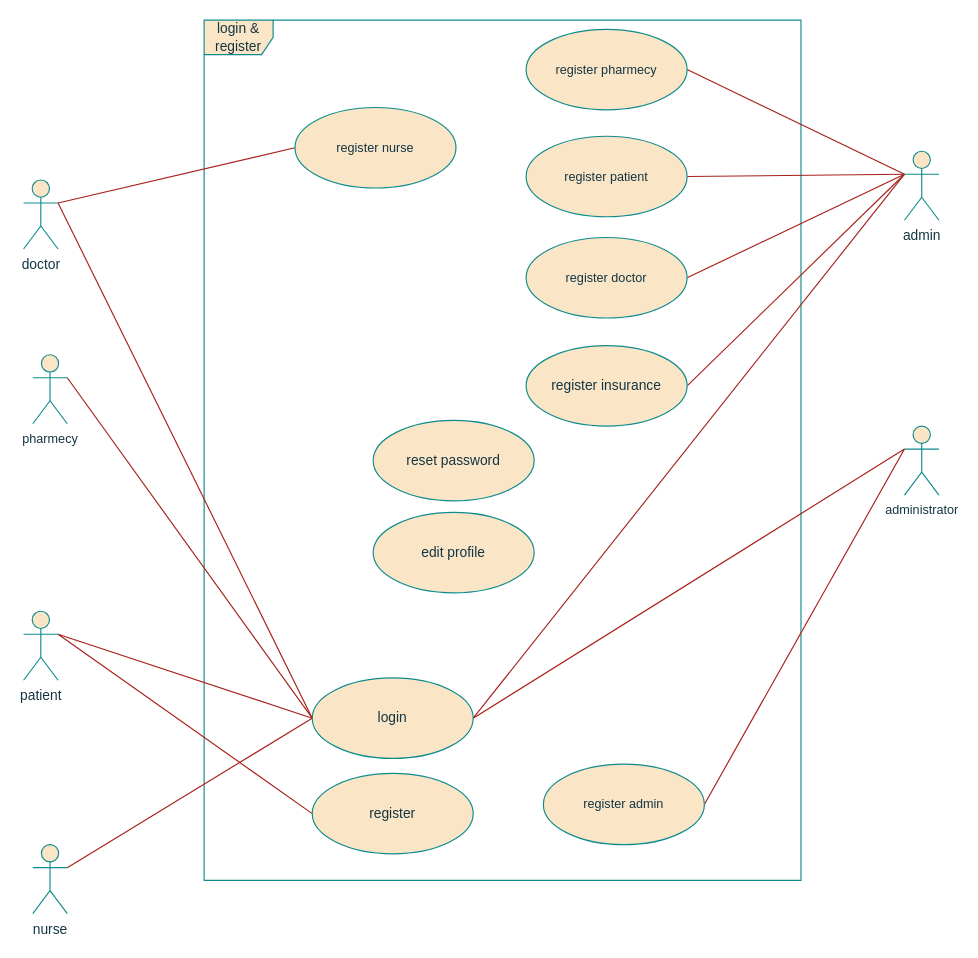
SalehAskari/telemedicine keeps this draw.io diagram as USECASE/login_register.drawio. Above is the earlier version. Source tidied: cells renumbered, new cells numbered last; positions are measured from the earlier drawing's top-left corner, leaving out a move shared by most shapes. Both pictures are drawn from the tidied source at 115%, with x=0, y=0 at pixel (23, 20).
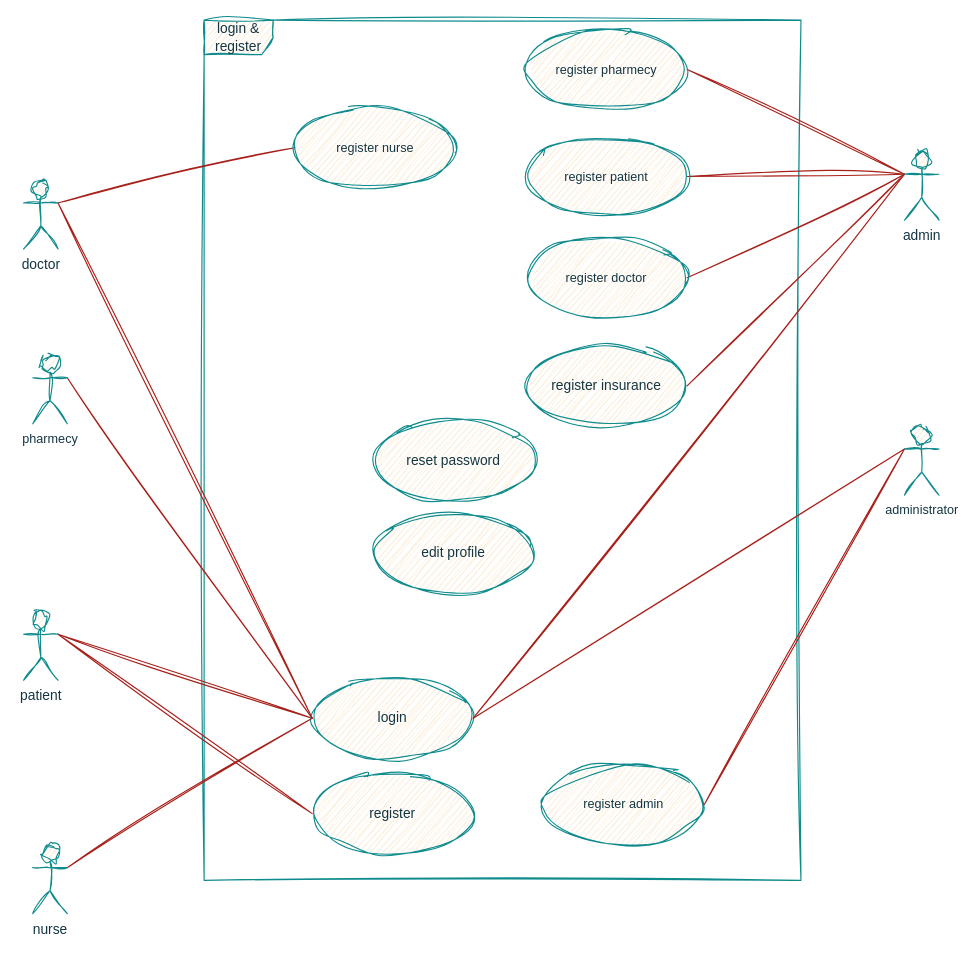
The same page after the edit.

Change to the diagram source:
```diff
@@
-    <mxCell id="2" value="login &amp;amp; register" style="shape=umlFrame;whiteSpace=wrap;html=1;labelBackgroundColor=none;fillColor=#FAE5C7;strokeColor=#0F8B8D;fontColor=#143642;" parent="1" vertex="1">
+    <mxCell id="2" value="login &amp;amp; register" style="shape=umlFrame;whiteSpace=wrap;html=1;labelBackgroundColor=none;fillColor=#FAE5C7;strokeColor=#0F8B8D;fontColor=#143642;sketch=1;curveFitting=1;jiggle=2;" parent="1" vertex="1">
       <mxGeometry x="157" width="519" height="748" as="geometry" />
     </mxCell>
-    <mxCell id="3" style="shape=connector;rounded=0;jettySize=auto;html=1;exitX=1;exitY=0.3333333333333333;exitDx=0;exitDy=0;exitPerimeter=0;entryX=0;entryY=0.5;entryDx=0;entryDy=0;strokeColor=#A8201A;align=center;verticalAlign=middle;fontFamily=Helvetica;fontSize=11;fontColor=default;labelBackgroundColor=none;endArrow=none;startFill=0;" parent="1" edge="1" source="5" target="15">
+    <mxCell id="3" style="shape=connector;rounded=0;jettySize=auto;html=1;exitX=1;exitY=0.3333333333333333;exitDx=0;exitDy=0;exitPerimeter=0;entryX=0;entryY=0.5;entryDx=0;entryDy=0;strokeColor=#A8201A;align=center;verticalAlign=middle;fontFamily=Helvetica;fontSize=11;fontColor=default;labelBackgroundColor=none;endArrow=none;startFill=0;sketch=1;curveFitting=1;jiggle=2;" parent="1" edge="1" source="5" target="15">
       <mxGeometry relative="1" as="geometry" />
     </mxCell>
-    <mxCell id="4" style="shape=connector;rounded=0;jettySize=auto;html=1;exitX=1;exitY=0.3333333333333333;exitDx=0;exitDy=0;exitPerimeter=0;entryX=0;entryY=0.5;entryDx=0;entryDy=0;strokeColor=#A8201A;align=center;verticalAlign=middle;fontFamily=Helvetica;fontSize=11;fontColor=default;labelBackgroundColor=none;endArrow=none;startFill=0;" parent="1" edge="1" source="5" target="16">
+    <mxCell id="4" style="shape=connector;rounded=0;jettySize=auto;html=1;exitX=1;exitY=0.3333333333333333;exitDx=0;exitDy=0;exitPerimeter=0;entryX=0;entryY=0.5;entryDx=0;entryDy=0;strokeColor=#A8201A;align=center;verticalAlign=middle;fontFamily=Helvetica;fontSize=11;fontColor=default;labelBackgroundColor=none;endArrow=none;startFill=0;sketch=1;curveFitting=1;jiggle=2;" parent="1" edge="1" source="5" target="16">
       <mxGeometry relative="1" as="geometry" />
     </mxCell>
-    <mxCell id="5" value="patient" style="shape=umlActor;verticalLabelPosition=bottom;verticalAlign=top;html=1;labelBackgroundColor=none;fillColor=#FAE5C7;strokeColor=#0F8B8D;fontColor=#143642;" parent="1" vertex="1">
+    <mxCell id="5" value="patient" style="shape=umlActor;verticalLabelPosition=bottom;verticalAlign=top;html=1;labelBackgroundColor=none;fillColor=#FAE5C7;strokeColor=#0F8B8D;fontColor=#143642;sketch=1;curveFitting=1;jiggle=2;" parent="1" vertex="1">
       <mxGeometry y="514" width="30" height="60" as="geometry" />
     </mxCell>
-    <mxCell id="6" style="shape=connector;rounded=0;jettySize=auto;html=1;exitX=1;exitY=0.3333333333333333;exitDx=0;exitDy=0;exitPerimeter=0;entryX=0;entryY=0.5;entryDx=0;entryDy=0;strokeColor=#A8201A;align=center;verticalAlign=middle;fontFamily=Helvetica;fontSize=11;fontColor=default;labelBackgroundColor=none;endArrow=none;startFill=0;" parent="1" edge="1" source="8" target="15">
+    <mxCell id="6" style="shape=connector;rounded=0;jettySize=auto;html=1;exitX=1;exitY=0.3333333333333333;exitDx=0;exitDy=0;exitPerimeter=0;entryX=0;entryY=0.5;entryDx=0;entryDy=0;strokeColor=#A8201A;align=center;verticalAlign=middle;fontFamily=Helvetica;fontSize=11;fontColor=default;labelBackgroundColor=none;endArrow=none;startFill=0;sketch=1;curveFitting=1;jiggle=2;" parent="1" edge="1" source="8" target="15">
       <mxGeometry relative="1" as="geometry" />
     </mxCell>
-    <mxCell id="7" style="edgeStyle=none;shape=connector;rounded=0;jettySize=auto;html=1;exitX=1;exitY=0.3333333333333333;exitDx=0;exitDy=0;exitPerimeter=0;entryX=0;entryY=0.5;entryDx=0;entryDy=0;strokeColor=#A8201A;align=center;verticalAlign=middle;fontFamily=Helvetica;fontSize=11;fontColor=default;labelBackgroundColor=none;startFill=0;endArrow=none;" parent="1" edge="1" source="8" target="25">
+    <mxCell id="7" style="edgeStyle=none;shape=connector;rounded=0;jettySize=auto;html=1;exitX=1;exitY=0.3333333333333333;exitDx=0;exitDy=0;exitPerimeter=0;entryX=0;entryY=0.5;entryDx=0;entryDy=0;strokeColor=#A8201A;align=center;verticalAlign=middle;fontFamily=Helvetica;fontSize=11;fontColor=default;labelBackgroundColor=none;startFill=0;endArrow=none;sketch=1;curveFitting=1;jiggle=2;" parent="1" edge="1" source="8" target="25">
       <mxGeometry relative="1" as="geometry" />
     </mxCell>
-    <mxCell id="8" value="doctor" style="shape=umlActor;verticalLabelPosition=bottom;verticalAlign=top;html=1;labelBackgroundColor=none;fillColor=#FAE5C7;strokeColor=#0F8B8D;fontColor=#143642;" parent="1" vertex="1">
+    <mxCell id="8" value="doctor" style="shape=umlActor;verticalLabelPosition=bottom;verticalAlign=top;html=1;labelBackgroundColor=none;fillColor=#FAE5C7;strokeColor=#0F8B8D;fontColor=#143642;sketch=1;curveFitting=1;jiggle=2;" parent="1" vertex="1">
       <mxGeometry y="139" width="30" height="60" as="geometry" />
     </mxCell>
-    <mxCell id="9" style="shape=connector;rounded=0;jettySize=auto;html=1;exitX=0;exitY=0.3333333333333333;exitDx=0;exitDy=0;exitPerimeter=0;entryX=1;entryY=0.5;entryDx=0;entryDy=0;strokeColor=#A8201A;align=center;verticalAlign=middle;fontFamily=Helvetica;fontSize=11;fontColor=default;labelBackgroundColor=none;startFill=0;endArrow=none;" parent="1" edge="1" source="14" target="15">
+    <mxCell id="9" style="shape=connector;rounded=0;jettySize=auto;html=1;exitX=0;exitY=0.3333333333333333;exitDx=0;exitDy=0;exitPerimeter=0;entryX=1;entryY=0.5;entryDx=0;entryDy=0;strokeColor=#A8201A;align=center;verticalAlign=middle;fontFamily=Helvetica;fontSize=11;fontColor=default;labelBackgroundColor=none;startFill=0;endArrow=none;sketch=1;curveFitting=1;jiggle=2;" parent="1" edge="1" source="14" target="15">
       <mxGeometry relative="1" as="geometry" />
     </mxCell>
-    <mxCell id="10" style="edgeStyle=none;shape=connector;rounded=0;jettySize=auto;html=1;exitX=0;exitY=0.3333333333333333;exitDx=0;exitDy=0;exitPerimeter=0;entryX=1;entryY=0.5;entryDx=0;entryDy=0;strokeColor=#A8201A;align=center;verticalAlign=middle;fontFamily=Helvetica;fontSize=11;fontColor=default;labelBackgroundColor=none;startFill=0;endArrow=none;" parent="1" edge="1" source="14" target="22">
+    <mxCell id="10" style="edgeStyle=none;shape=connector;rounded=0;jettySize=auto;html=1;exitX=0;exitY=0.3333333333333333;exitDx=0;exitDy=0;exitPerimeter=0;entryX=1;entryY=0.5;entryDx=0;entryDy=0;strokeColor=#A8201A;align=center;verticalAlign=middle;fontFamily=Helvetica;fontSize=11;fontColor=default;labelBackgroundColor=none;startFill=0;endArrow=none;sketch=1;curveFitting=1;jiggle=2;" parent="1" edge="1" source="14" target="22">
       <mxGeometry relative="1" as="geometry" />
     </mxCell>
-    <mxCell id="11" style="edgeStyle=none;shape=connector;rounded=0;jettySize=auto;html=1;exitX=0;exitY=0.3333333333333333;exitDx=0;exitDy=0;exitPerimeter=0;entryX=1;entryY=0.5;entryDx=0;entryDy=0;strokeColor=#A8201A;align=center;verticalAlign=middle;fontFamily=Helvetica;fontSize=11;fontColor=default;labelBackgroundColor=none;startFill=0;endArrow=none;" parent="1" edge="1" source="14" target="21">
+    <mxCell id="11" style="edgeStyle=none;shape=connector;rounded=0;jettySize=auto;html=1;exitX=0;exitY=0.3333333333333333;exitDx=0;exitDy=0;exitPerimeter=0;entryX=1;entryY=0.5;entryDx=0;entryDy=0;strokeColor=#A8201A;align=center;verticalAlign=middle;fontFamily=Helvetica;fontSize=11;fontColor=default;labelBackgroundColor=none;startFill=0;endArrow=none;sketch=1;curveFitting=1;jiggle=2;" parent="1" edge="1" source="14" target="21">
       <mxGeometry relative="1" as="geometry" />
     </mxCell>
-    <mxCell id="12" style="edgeStyle=none;shape=connector;rounded=0;jettySize=auto;html=1;exitX=0;exitY=0.3333333333333333;exitDx=0;exitDy=0;exitPerimeter=0;entryX=1;entryY=0.5;entryDx=0;entryDy=0;strokeColor=#A8201A;align=center;verticalAlign=middle;fontFamily=Helvetica;fontSize=11;fontColor=default;labelBackgroundColor=none;startFill=0;endArrow=none;" parent="1" edge="1" source="14" target="28">
+    <mxCell id="12" style="edgeStyle=none;shape=connector;rounded=0;jettySize=auto;html=1;exitX=0;exitY=0.3333333333333333;exitDx=0;exitDy=0;exitPerimeter=0;entryX=1;entryY=0.5;entryDx=0;entryDy=0;strokeColor=#A8201A;align=center;verticalAlign=middle;fontFamily=Helvetica;fontSize=11;fontColor=default;labelBackgroundColor=none;startFill=0;endArrow=none;sketch=1;curveFitting=1;jiggle=2;" parent="1" edge="1" source="14" target="28">
       <mxGeometry relative="1" as="geometry" />
     </mxCell>
-    <mxCell id="13" style="rounded=0;jettySize=auto;html=1;exitX=0;exitY=0.3333333333333333;exitDx=0;exitDy=0;exitPerimeter=0;entryX=1;entryY=0.5;entryDx=0;entryDy=0;endArrow=none;startFill=0;labelBackgroundColor=none;strokeColor=#A8201A;fontColor=default;" parent="1" edge="1" source="14" target="29">
+    <mxCell id="13" style="rounded=0;jettySize=auto;html=1;exitX=0;exitY=0.3333333333333333;exitDx=0;exitDy=0;exitPerimeter=0;entryX=1;entryY=0.5;entryDx=0;entryDy=0;endArrow=none;startFill=0;labelBackgroundColor=none;strokeColor=#A8201A;fontColor=default;sketch=1;curveFitting=1;jiggle=2;" parent="1" edge="1" source="14" target="29">
       <mxGeometry relative="1" as="geometry" />
     </mxCell>
-    <mxCell id="14" value="admin" style="shape=umlActor;verticalLabelPosition=bottom;verticalAlign=top;html=1;labelBackgroundColor=none;fillColor=#FAE5C7;strokeColor=#0F8B8D;fontColor=#143642;" parent="1" vertex="1">
+    <mxCell id="14" value="admin" style="shape=umlActor;verticalLabelPosition=bottom;verticalAlign=top;html=1;labelBackgroundColor=none;fillColor=#FAE5C7;strokeColor=#0F8B8D;fontColor=#143642;sketch=1;curveFitting=1;jiggle=2;" parent="1" vertex="1">
       <mxGeometry x="766" y="114" width="30" height="60" as="geometry" />
     </mxCell>
-    <mxCell id="15" value="login" style="ellipse;whiteSpace=wrap;html=1;labelBackgroundColor=none;fillColor=#FAE5C7;strokeColor=#0F8B8D;fontColor=#143642;" parent="1" vertex="1">
+    <mxCell id="15" value="login" style="ellipse;whiteSpace=wrap;html=1;labelBackgroundColor=none;fillColor=#FAE5C7;strokeColor=#0F8B8D;fontColor=#143642;sketch=1;curveFitting=1;jiggle=2;" parent="1" vertex="1">
       <mxGeometry x="251" y="572" width="140" height="70" as="geometry" />
     </mxCell>
-    <mxCell id="16" value="register" style="ellipse;whiteSpace=wrap;html=1;labelBackgroundColor=none;fillColor=#FAE5C7;strokeColor=#0F8B8D;fontColor=#143642;" parent="1" vertex="1">
+    <mxCell id="16" value="register" style="ellipse;whiteSpace=wrap;html=1;labelBackgroundColor=none;fillColor=#FAE5C7;strokeColor=#0F8B8D;fontColor=#143642;sketch=1;curveFitting=1;jiggle=2;" parent="1" vertex="1">
       <mxGeometry x="251" y="655" width="140" height="70" as="geometry" />
     </mxCell>
-    <mxCell id="17" style="shape=connector;rounded=0;jettySize=auto;html=1;exitX=0;exitY=0.3333333333333333;exitDx=0;exitDy=0;exitPerimeter=0;entryX=1;entryY=0.5;entryDx=0;entryDy=0;strokeColor=#A8201A;align=center;verticalAlign=middle;fontFamily=Helvetica;fontSize=11;fontColor=default;labelBackgroundColor=none;startFill=0;endArrow=none;" parent="1" edge="1" source="19" target="15">
+    <mxCell id="17" style="shape=connector;rounded=0;jettySize=auto;html=1;exitX=0;exitY=0.3333333333333333;exitDx=0;exitDy=0;exitPerimeter=0;entryX=1;entryY=0.5;entryDx=0;entryDy=0;strokeColor=#A8201A;align=center;verticalAlign=middle;fontFamily=Helvetica;fontSize=11;fontColor=default;labelBackgroundColor=none;startFill=0;endArrow=none;sketch=1;curveFitting=1;jiggle=2;" parent="1" edge="1" source="19" target="15">
       <mxGeometry relative="1" as="geometry" />
     </mxCell>
-    <mxCell id="18" style="edgeStyle=none;shape=connector;rounded=0;jettySize=auto;html=1;exitX=0;exitY=0.3333333333333333;exitDx=0;exitDy=0;exitPerimeter=0;entryX=1;entryY=0.5;entryDx=0;entryDy=0;strokeColor=#A8201A;align=center;verticalAlign=middle;fontFamily=Helvetica;fontSize=11;fontColor=default;labelBackgroundColor=none;startFill=0;endArrow=none;" parent="1" edge="1" source="19" target="20">
+    <mxCell id="18" style="edgeStyle=none;shape=connector;rounded=0;jettySize=auto;html=1;exitX=0;exitY=0.3333333333333333;exitDx=0;exitDy=0;exitPerimeter=0;entryX=1;entryY=0.5;entryDx=0;entryDy=0;strokeColor=#A8201A;align=center;verticalAlign=middle;fontFamily=Helvetica;fontSize=11;fontColor=default;labelBackgroundColor=none;startFill=0;endArrow=none;sketch=1;curveFitting=1;jiggle=2;" parent="1" edge="1" source="19" target="20">
       <mxGeometry relative="1" as="geometry" />
     </mxCell>
-    <mxCell id="19" value="administrator" style="shape=umlActor;verticalLabelPosition=bottom;verticalAlign=top;html=1;fontFamily=Helvetica;fontSize=11;fontColor=#143642;labelBackgroundColor=none;fillColor=#FAE5C7;strokeColor=#0F8B8D;" parent="1" vertex="1">
+    <mxCell id="19" value="administrator" style="shape=umlActor;verticalLabelPosition=bottom;verticalAlign=top;html=1;fontFamily=Helvetica;fontSize=11;fontColor=#143642;labelBackgroundColor=none;fillColor=#FAE5C7;strokeColor=#0F8B8D;sketch=1;curveFitting=1;jiggle=2;" parent="1" vertex="1">
       <mxGeometry x="766" y="353" width="30" height="60" as="geometry" />
     </mxCell>
-    <mxCell id="20" value="register admin" style="ellipse;whiteSpace=wrap;html=1;fontFamily=Helvetica;fontSize=11;fontColor=#143642;labelBackgroundColor=none;fillColor=#FAE5C7;strokeColor=#0F8B8D;" parent="1" vertex="1">
+    <mxCell id="20" value="register admin" style="ellipse;whiteSpace=wrap;html=1;fontFamily=Helvetica;fontSize=11;fontColor=#143642;labelBackgroundColor=none;fillColor=#FAE5C7;strokeColor=#0F8B8D;sketch=1;curveFitting=1;jiggle=2;" parent="1" vertex="1">
       <mxGeometry x="452" y="647" width="140" height="70" as="geometry" />
     </mxCell>
-    <mxCell id="21" value="register doctor" style="ellipse;whiteSpace=wrap;html=1;fontFamily=Helvetica;fontSize=11;fontColor=#143642;labelBackgroundColor=none;fillColor=#FAE5C7;strokeColor=#0F8B8D;" parent="1" vertex="1">
+    <mxCell id="21" value="register doctor" style="ellipse;whiteSpace=wrap;html=1;fontFamily=Helvetica;fontSize=11;fontColor=#143642;labelBackgroundColor=none;fillColor=#FAE5C7;strokeColor=#0F8B8D;sketch=1;curveFitting=1;jiggle=2;" parent="1" vertex="1">
       <mxGeometry x="437" y="189" width="140" height="70" as="geometry" />
     </mxCell>
-    <mxCell id="22" value="register patient" style="ellipse;whiteSpace=wrap;html=1;fontFamily=Helvetica;fontSize=11;fontColor=#143642;labelBackgroundColor=none;fillColor=#FAE5C7;strokeColor=#0F8B8D;" parent="1" vertex="1">
+    <mxCell id="22" value="register patient" style="ellipse;whiteSpace=wrap;html=1;fontFamily=Helvetica;fontSize=11;fontColor=#143642;labelBackgroundColor=none;fillColor=#FAE5C7;strokeColor=#0F8B8D;sketch=1;curveFitting=1;jiggle=2;" parent="1" vertex="1">
       <mxGeometry x="437" y="101" width="140" height="70" as="geometry" />
     </mxCell>
-    <mxCell id="23" style="rounded=0;jettySize=auto;html=1;exitX=1;exitY=0.3333333333333333;exitDx=0;exitDy=0;exitPerimeter=0;entryX=0;entryY=0.5;entryDx=0;entryDy=0;endArrow=none;startFill=0;labelBackgroundColor=none;strokeColor=#A8201A;fontColor=default;" parent="1" edge="1" source="24" target="15">
+    <mxCell id="23" style="rounded=0;jettySize=auto;html=1;exitX=1;exitY=0.3333333333333333;exitDx=0;exitDy=0;exitPerimeter=0;entryX=0;entryY=0.5;entryDx=0;entryDy=0;endArrow=none;startFill=0;labelBackgroundColor=none;strokeColor=#A8201A;fontColor=default;sketch=1;curveFitting=1;jiggle=2;" parent="1" edge="1" source="24" target="15">
       <mxGeometry relative="1" as="geometry" />
     </mxCell>
-    <mxCell id="24" value="nurse" style="shape=umlActor;verticalLabelPosition=bottom;verticalAlign=top;html=1;outlineConnect=0;labelBackgroundColor=none;fillColor=#FAE5C7;strokeColor=#0F8B8D;fontColor=#143642;" parent="1" vertex="1">
+    <mxCell id="24" value="nurse" style="shape=umlActor;verticalLabelPosition=bottom;verticalAlign=top;html=1;outlineConnect=0;labelBackgroundColor=none;fillColor=#FAE5C7;strokeColor=#0F8B8D;fontColor=#143642;sketch=1;curveFitting=1;jiggle=2;" parent="1" vertex="1">
       <mxGeometry x="8" y="717" width="30" height="60" as="geometry" />
     </mxCell>
-    <mxCell id="25" value="register nurse" style="ellipse;whiteSpace=wrap;html=1;fontFamily=Helvetica;fontSize=11;fontColor=#143642;labelBackgroundColor=none;fillColor=#FAE5C7;strokeColor=#0F8B8D;" parent="1" vertex="1">
+    <mxCell id="25" value="register nurse" style="ellipse;whiteSpace=wrap;html=1;fontFamily=Helvetica;fontSize=11;fontColor=#143642;labelBackgroundColor=none;fillColor=#FAE5C7;strokeColor=#0F8B8D;sketch=1;curveFitting=1;jiggle=2;" parent="1" vertex="1">
       <mxGeometry x="236" y="76" width="140" height="70" as="geometry" />
     </mxCell>
-    <mxCell id="26" style="edgeStyle=none;shape=connector;rounded=0;jettySize=auto;html=1;exitX=1;exitY=0.3333333333333333;exitDx=0;exitDy=0;exitPerimeter=0;entryX=0;entryY=0.5;entryDx=0;entryDy=0;strokeColor=#A8201A;align=center;verticalAlign=middle;fontFamily=Helvetica;fontSize=11;fontColor=default;labelBackgroundColor=none;startFill=0;endArrow=none;" parent="1" edge="1" source="27" target="15">
+    <mxCell id="26" style="edgeStyle=none;shape=connector;rounded=0;jettySize=auto;html=1;exitX=1;exitY=0.3333333333333333;exitDx=0;exitDy=0;exitPerimeter=0;entryX=0;entryY=0.5;entryDx=0;entryDy=0;strokeColor=#A8201A;align=center;verticalAlign=middle;fontFamily=Helvetica;fontSize=11;fontColor=default;labelBackgroundColor=none;startFill=0;endArrow=none;sketch=1;curveFitting=1;jiggle=2;" parent="1" edge="1" source="27" target="15">
       <mxGeometry relative="1" as="geometry" />
     </mxCell>
-    <mxCell id="27" value="pharmecy" style="shape=umlActor;verticalLabelPosition=bottom;verticalAlign=top;html=1;outlineConnect=0;fontFamily=Helvetica;fontSize=11;fontColor=#143642;labelBackgroundColor=none;fillColor=#FAE5C7;strokeColor=#0F8B8D;" parent="1" vertex="1">
+    <mxCell id="27" value="pharmecy" style="shape=umlActor;verticalLabelPosition=bottom;verticalAlign=top;html=1;outlineConnect=0;fontFamily=Helvetica;fontSize=11;fontColor=#143642;labelBackgroundColor=none;fillColor=#FAE5C7;strokeColor=#0F8B8D;sketch=1;curveFitting=1;jiggle=2;" parent="1" vertex="1">
       <mxGeometry x="8" y="291" width="30" height="60" as="geometry" />
     </mxCell>
-    <mxCell id="28" value="register pharmecy" style="ellipse;whiteSpace=wrap;html=1;fontFamily=Helvetica;fontSize=11;fontColor=#143642;labelBackgroundColor=none;fillColor=#FAE5C7;strokeColor=#0F8B8D;" parent="1" vertex="1">
+    <mxCell id="28" value="register pharmecy" style="ellipse;whiteSpace=wrap;html=1;fontFamily=Helvetica;fontSize=11;fontColor=#143642;labelBackgroundColor=none;fillColor=#FAE5C7;strokeColor=#0F8B8D;sketch=1;curveFitting=1;jiggle=2;" parent="1" vertex="1">
       <mxGeometry x="437" y="8" width="140" height="70" as="geometry" />
     </mxCell>
-    <mxCell id="29" value="register insurance" style="ellipse;whiteSpace=wrap;html=1;labelBackgroundColor=none;fillColor=#FAE5C7;strokeColor=#0F8B8D;fontColor=#143642;" parent="1" vertex="1">
+    <mxCell id="29" value="register insurance" style="ellipse;whiteSpace=wrap;html=1;labelBackgroundColor=none;fillColor=#FAE5C7;strokeColor=#0F8B8D;fontColor=#143642;sketch=1;curveFitting=1;jiggle=2;" parent="1" vertex="1">
       <mxGeometry x="437" y="283" width="140" height="70" as="geometry" />
     </mxCell>
-    <mxCell id="30" value="reset password" style="ellipse;whiteSpace=wrap;html=1;strokeColor=#0F8B8D;fontColor=#143642;fillColor=#FAE5C7;" parent="1" vertex="1">
+    <mxCell id="30" value="reset password" style="ellipse;whiteSpace=wrap;html=1;strokeColor=#0F8B8D;fontColor=#143642;fillColor=#FAE5C7;sketch=1;curveFitting=1;jiggle=2;" parent="1" vertex="1">
       <mxGeometry x="304" y="348" width="140" height="70" as="geometry" />
     </mxCell>
-    <mxCell id="31" value="edit profile" style="ellipse;whiteSpace=wrap;html=1;strokeColor=#0F8B8D;fontColor=#143642;fillColor=#FAE5C7;" parent="1" vertex="1">
+    <mxCell id="31" value="edit profile" style="ellipse;whiteSpace=wrap;html=1;strokeColor=#0F8B8D;fontColor=#143642;fillColor=#FAE5C7;sketch=1;curveFitting=1;jiggle=2;" parent="1" vertex="1">
       <mxGeometry x="304" y="428" width="140" height="70" as="geometry" />
     </mxCell>
```
